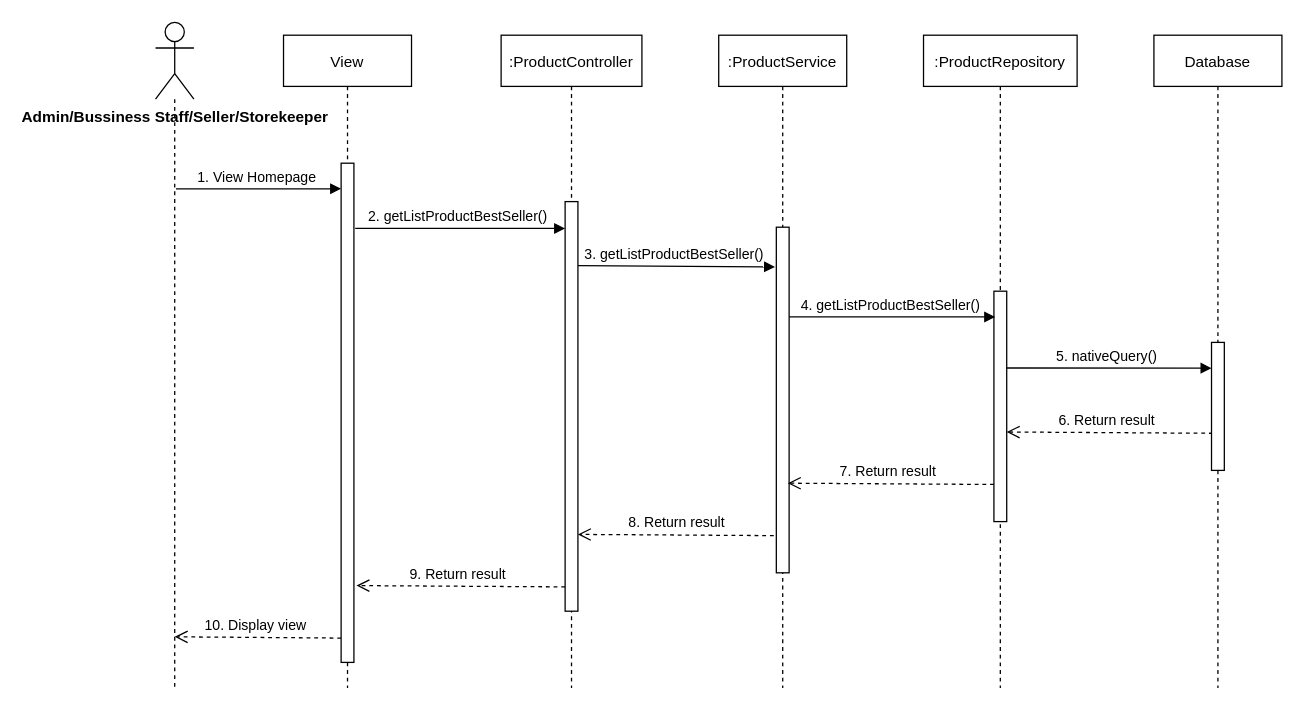
The draw.io diagram module_6/sprint-1/detail-design/sequence_diagram.drawio in Chienle26/C1121G1---LE-VAN-CHIEN, before the edit. Source tidied: cells renumbered, new cells numbered last; positions are measured from the earlier drawing's top-left corner, leaving out a move shared by most shapes. Both pictures are drawn from the tidied source at 128%, with x=0, y=0 at pixel (155, 22).
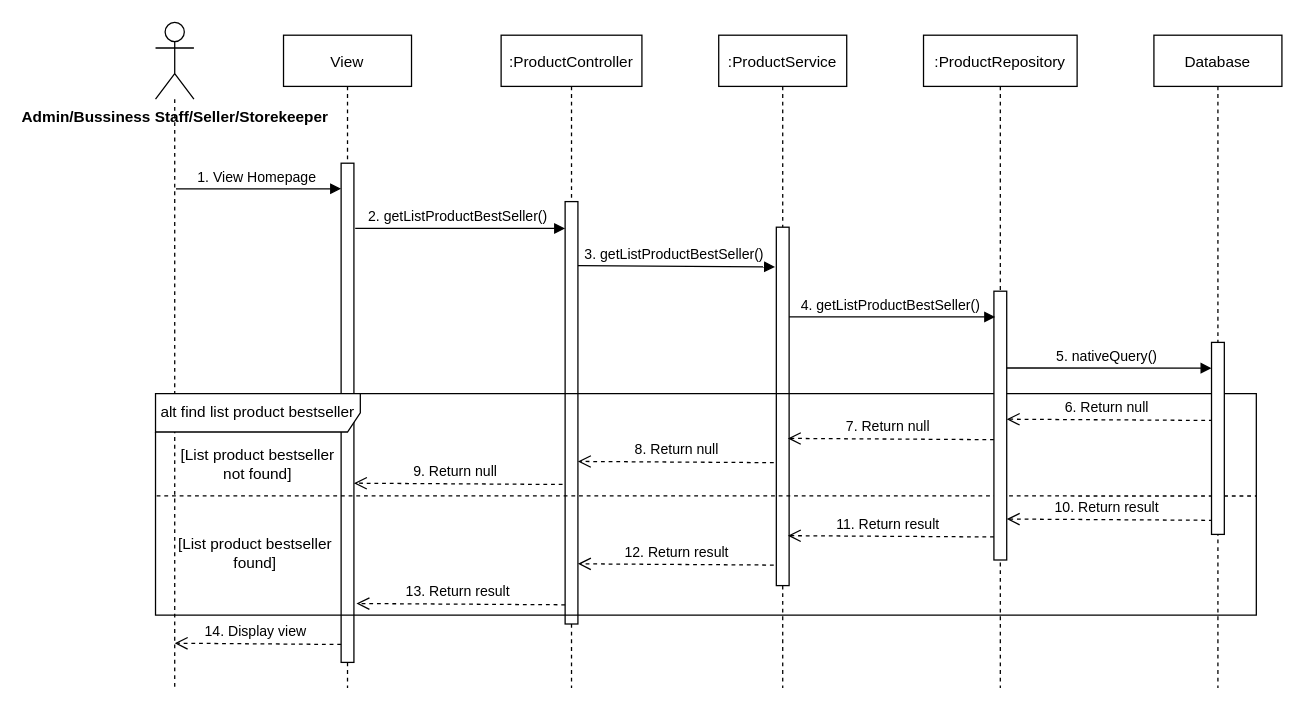
The same diagram, later.

The change refers to these unchanged cells:
```xml
<mxCell id="4" value="View" style="shape=umlLifeline;perimeter=lifelinePerimeter;rounded=0;shadow=0;strokeWidth=1;" parent="1" vertex="1">
  <mxGeometry x="100" y="10" width="100" height="510" as="geometry" />
</mxCell>
<mxCell id="7" value=":ProductController" style="shape=umlLifeline;perimeter=lifelinePerimeter;rounded=0;shadow=0;strokeWidth=1;size=40;" parent="1" vertex="1">
  <mxGeometry x="270" y="10" width="110" height="510" as="geometry" />
</mxCell>
<mxCell id="10" value=":ProductService" style="shape=umlLifeline;perimeter=lifelinePerimeter;rounded=0;shadow=0;strokeWidth=1;" parent="1" vertex="1">
  <mxGeometry x="440" y="10" width="100" height="510" as="geometry" />
</mxCell>
<mxCell id="13" value=":ProductRepository" style="shape=umlLifeline;perimeter=lifelinePerimeter;rounded=0;shadow=0;strokeWidth=1;" parent="1" vertex="1">
  <mxGeometry x="600" y="10" width="120" height="510" as="geometry" />
</mxCell>
<mxCell id="18" value="Database" style="shape=umlLifeline;perimeter=lifelinePerimeter;rounded=0;shadow=0;strokeWidth=1;" parent="1" vertex="1">
  <mxGeometry x="780" y="10" width="100" height="510" as="geometry" />
</mxCell>
```

What changed in the source:
```diff
@@
-    <mxCell id="6" value="10. Display view" style="html=1;verticalAlign=bottom;endArrow=open;dashed=1;endSize=8;" parent="4" edge="1">
+    <mxCell id="6" value="14. Display view" style="html=1;verticalAlign=bottom;endArrow=open;dashed=1;endSize=8;" parent="4" edge="1">
       <mxGeometry x="0.03" relative="1" as="geometry">
-        <mxPoint x="45" y="471" as="sourcePoint" />
-        <mxPoint x="-85" y="470" as="targetPoint" />
+        <mxPoint x="45" y="476" as="sourcePoint" />
+        <mxPoint x="-85" y="475" as="targetPoint" />
       </mxGeometry>
     </mxCell>
+    <mxCell id="24" value="9. Return null" style="html=1;verticalAlign=bottom;endArrow=open;dashed=1;endSize=8;" parent="4" edge="1">
+      <mxGeometry x="0.03" relative="1" as="geometry">
+        <mxPoint x="218" y="351" as="sourcePoint" />
+        <mxPoint x="55" y="350" as="targetPoint" />
+      </mxGeometry>
+    </mxCell>
@@
     <mxCell id="8" style="html=1;perimeter=orthogonalPerimeter;" parent="7" vertex="1">
-      <mxGeometry x="50" y="130" width="10" height="320" as="geometry" />
+      <mxGeometry x="50" y="130" width="10" height="330" as="geometry" />
     </mxCell>
-    <mxCell id="9" value="8. Return result" style="html=1;verticalAlign=bottom;endArrow=open;dashed=1;endSize=8;" parent="7" edge="1">
+    <mxCell id="9" value="12. Return result" style="html=1;verticalAlign=bottom;endArrow=open;dashed=1;endSize=8;" parent="7" edge="1">
       <mxGeometry x="0.03" relative="1" as="geometry">
-        <mxPoint x="219" y="391" as="sourcePoint" />
-        <mxPoint x="60" y="390" as="targetPoint" />
+        <mxPoint x="219" y="414" as="sourcePoint" />
+        <mxPoint x="60" y="413" as="targetPoint" />
       </mxGeometry>
     </mxCell>
+    <mxCell id="25" value="8. Return null" style="html=1;verticalAlign=bottom;endArrow=open;dashed=1;endSize=8;" parent="7" edge="1">
+      <mxGeometry x="0.03" relative="1" as="geometry">
+        <mxPoint x="219" y="334" as="sourcePoint" />
+        <mxPoint x="60" y="333" as="targetPoint" />
+      </mxGeometry>
+    </mxCell>
@@
     <mxCell id="11" style="html=1;perimeter=orthogonalPerimeter;" parent="10" vertex="1">
-      <mxGeometry x="45" y="150" width="10" height="270" as="geometry" />
+      <mxGeometry x="45" y="150" width="10" height="280" as="geometry" />
     </mxCell>
@@
+    <mxCell id="26" value="alt find list product bestseller" style="shape=umlFrame;whiteSpace=wrap;html=1;width=160;height=30;" parent="10" vertex="1">
+      <mxGeometry x="-440" y="280" width="860" height="173" as="geometry" />
+    </mxCell>
+    <mxCell id="27" style="endArrow=none;dashed=1;html=1;rounded=0;exitX=0.001;exitY=0.462;exitDx=0;exitDy=0;exitPerimeter=0;" parent="10" edge="1" source="26">
+      <mxGeometry relative="1" as="geometry">
+        <mxPoint x="420" y="360" as="targetPoint" />
+        <Array as="points">
+          <mxPoint x="420" y="360" />
+        </Array>
+      </mxGeometry>
+    </mxCell>
@@
     <mxCell id="14" style="html=1;perimeter=orthogonalPerimeter;" parent="13" vertex="1">
-      <mxGeometry x="55" y="200" width="10" height="180" as="geometry" />
+      <mxGeometry x="55" y="200" width="10" height="210" as="geometry" />
     </mxCell>
@@
-    <mxCell id="16" value="6. Return result" style="html=1;verticalAlign=bottom;endArrow=open;dashed=1;endSize=8;" parent="13" edge="1">
+    <mxCell id="16" value="10. Return result" style="html=1;verticalAlign=bottom;endArrow=open;dashed=1;endSize=8;" parent="13" edge="1">
       <mxGeometry x="0.03" relative="1" as="geometry">
-        <mxPoint x="226" y="311" as="sourcePoint" />
-        <mxPoint x="65" y="310" as="targetPoint" />
+        <mxPoint x="226" y="379" as="sourcePoint" />
+        <mxPoint x="65" y="378" as="targetPoint" />
       </mxGeometry>
     </mxCell>
-    <mxCell id="17" value="7. Return result" style="html=1;verticalAlign=bottom;endArrow=open;dashed=1;endSize=8;" parent="13" edge="1">
+    <mxCell id="17" value="11. Return result" style="html=1;verticalAlign=bottom;endArrow=open;dashed=1;endSize=8;" parent="13" edge="1">
       <mxGeometry x="0.03" relative="1" as="geometry">
-        <mxPoint x="55" y="351" as="sourcePoint" />
-        <mxPoint x="-106" y="350" as="targetPoint" />
+        <mxPoint x="55" y="392" as="sourcePoint" />
+        <mxPoint x="-106" y="391" as="targetPoint" />
       </mxGeometry>
     </mxCell>
+    <mxCell id="28" value="6. Return null" style="html=1;verticalAlign=bottom;endArrow=open;dashed=1;endSize=8;" parent="13" edge="1">
+      <mxGeometry x="0.03" relative="1" as="geometry">
+        <mxPoint x="226" y="301" as="sourcePoint" />
+        <mxPoint x="65" y="300" as="targetPoint" />
+      </mxGeometry>
+    </mxCell>
@@
     <mxCell id="19" style="html=1;perimeter=orthogonalPerimeter;" parent="18" vertex="1">
-      <mxGeometry x="45" y="240" width="10" height="100" as="geometry" />
+      <mxGeometry x="45" y="240" width="10" height="150" as="geometry" />
     </mxCell>
@@
-    <mxCell id="23" value="9. Return result" style="html=1;verticalAlign=bottom;endArrow=open;dashed=1;endSize=8;" parent="1" edge="1">
+    <mxCell id="23" value="13. Return result" style="html=1;verticalAlign=bottom;endArrow=open;dashed=1;endSize=8;" parent="1" edge="1">
       <mxGeometry x="0.03" relative="1" as="geometry">
-        <mxPoint x="320" y="441" as="sourcePoint" />
-        <mxPoint x="157" y="440" as="targetPoint" />
+        <mxPoint x="320" y="455" as="sourcePoint" />
+        <mxPoint x="157" y="454" as="targetPoint" />
       </mxGeometry>
     </mxCell>
+    <mxCell id="29" value="7. Return null" style="html=1;verticalAlign=bottom;endArrow=open;dashed=1;endSize=8;" parent="1" edge="1">
+      <mxGeometry x="0.03" relative="1" as="geometry">
+        <mxPoint x="655" y="326" as="sourcePoint" />
+        <mxPoint x="494" y="325" as="targetPoint" />
+      </mxGeometry>
+    </mxCell>
+    <mxCell id="30" value="[List product bestseller not found]" style="text;html=1;strokeColor=none;fillColor=none;align=center;verticalAlign=middle;whiteSpace=wrap;rounded=0;" parent="1" vertex="1">
+      <mxGeometry x="15" y="330" width="130" height="30" as="geometry" />
+    </mxCell>
+    <mxCell id="31" value="[List product bestseller found]" style="text;html=1;strokeColor=none;fillColor=none;align=center;verticalAlign=middle;whiteSpace=wrap;rounded=0;" parent="1" vertex="1">
+      <mxGeometry x="13" y="400" width="130" height="30" as="geometry" />
+    </mxCell>
```
